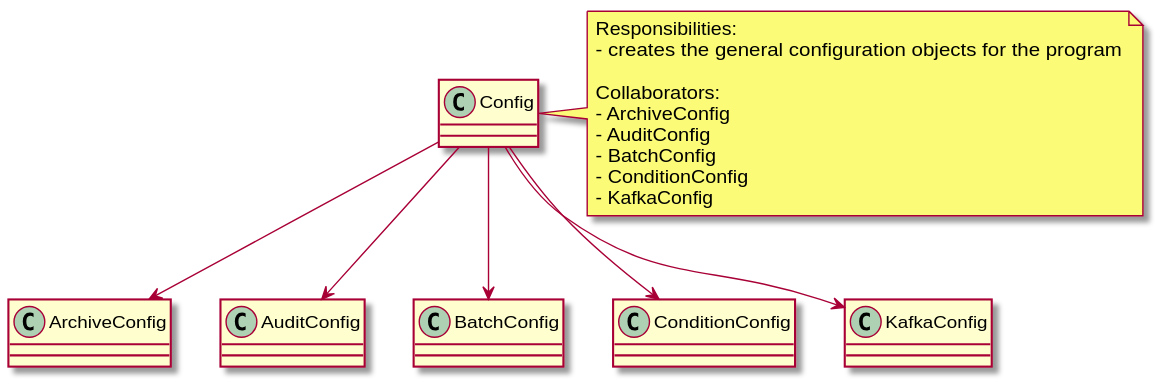
Earlier version of the PlantUML export docs/doxygen/doxygen/inline_umlgraph_1.svg (elliVM/pth_06).
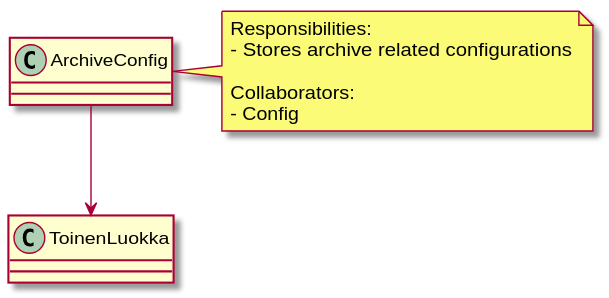
After the change.

The edit, as a diff of the source:
```diff
@@ -1,23 +1,13 @@
 @startuml inline_umlgraph_1.svg
-class Config {
+class ArchiveConfig {}
 
-}
+ArchiveConfig --> ToinenLuokka
 
-Config --> ArchiveConfig
-Config --> AuditConfig
-Config --> BatchConfig
-Config --> ConditionConfig
-Config --> KafkaConfig
-
-note right of Config
+note right of ArchiveConfig
 Responsibilities:
-- creates the general configuration objects for the program
+- Stores archive related configurations
 
 Collaborators:
-- ArchiveConfig
-- AuditConfig
-- BatchConfig
-- ConditionConfig
-- KafkaConfig
-endnote
+- Config
+end note
 @enduml
```
